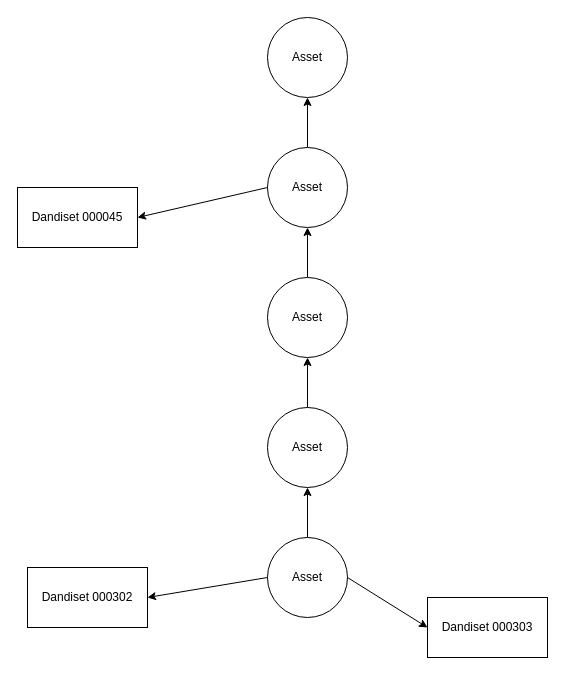
This is FailedGCPolicy.drawio from mvandenburgh/rcte-talk, a draw.io file, before an edit. Source tidied: cells renumbered, new cells numbered last; positions are measured from the earlier drawing's top-left corner, leaving out a move shared by most shapes. Both pictures are drawn from the tidied source at 100%, with x=0, y=0 at pixel (17, 17).
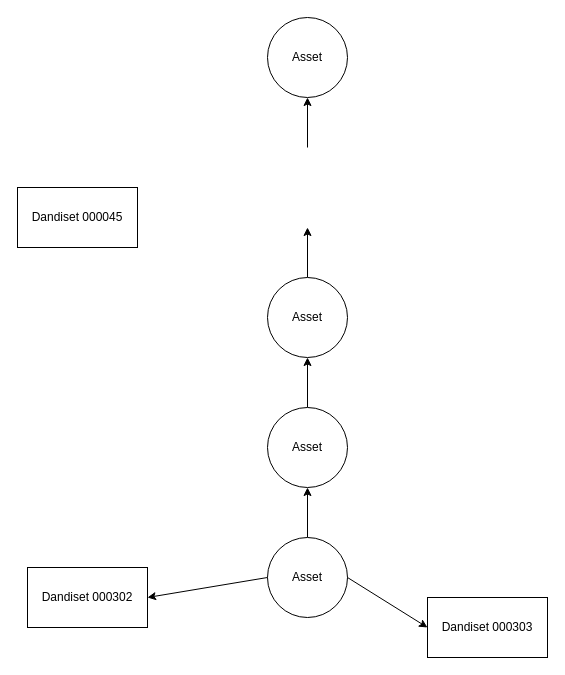
After the change.

Unchanged cells that the change refers to:
```xml
<mxCell id="15" value="Dandiset 000045" style="rounded=0;whiteSpace=wrap;html=1;" parent="1" vertex="1">
  <mxGeometry y="170" width="120" height="60" as="geometry" />
</mxCell>
```

What changed in the source:
```diff
@@
-    <mxCell id="5" value="Asset" style="ellipse;whiteSpace=wrap;html=1;" parent="1" vertex="1">
-      <mxGeometry x="250" y="130" width="80" height="80" as="geometry" />
-    </mxCell>
@@
-    <mxCell id="16" style="endArrow=classic;html=1;rounded=0;exitX=0;exitY=0.5;exitDx=0;exitDy=0;entryX=1;entryY=0.5;entryDx=0;entryDy=0;" parent="1" edge="1" source="5" target="15">
-      <mxGeometry relative="1" as="geometry" />
-    </mxCell>
```
